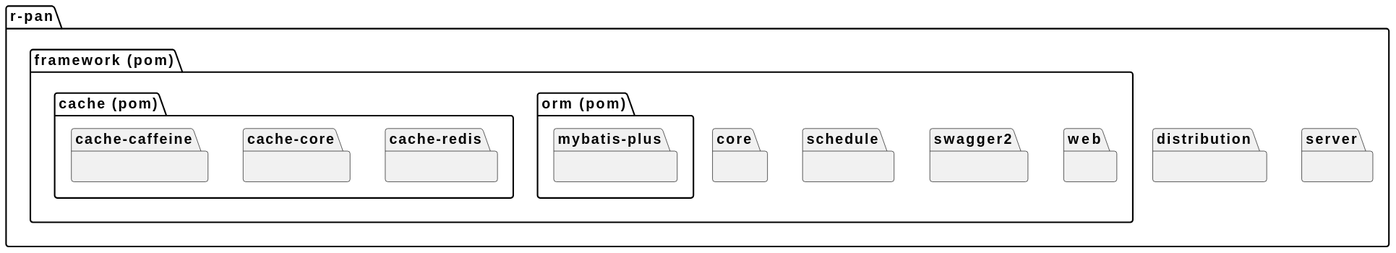
Earlier version of the PlantUML export project-tree.svg (draveller/r-pan).
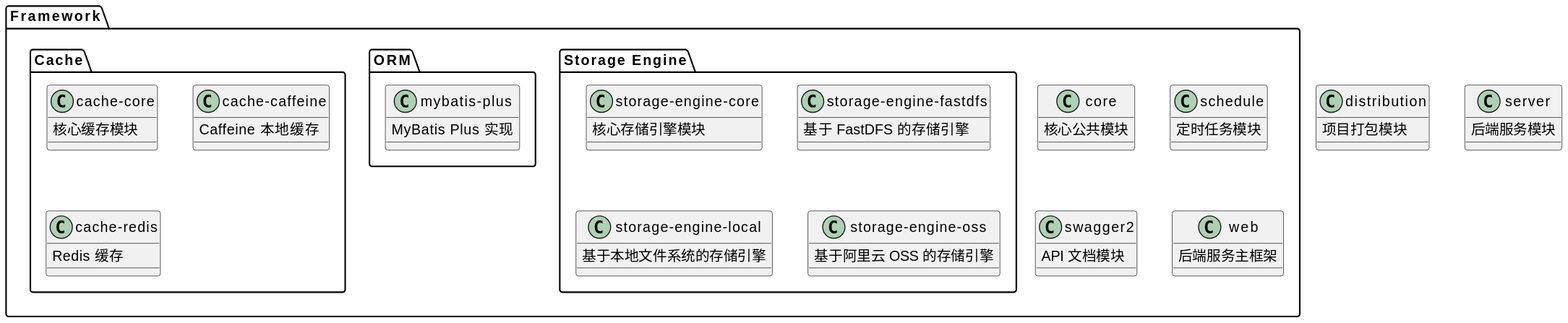
After the change.

Change to the diagram source:
```diff
@@ -1,30 +1,60 @@
 @startuml
-package "r-pan" {
-    package "distribution" {
-    }
-    package "framework (pom)" {
-        package "cache (pom)" {
-            package "cache-caffeine" {
-            }
-            package "cache-core" {
-            }
-            package "cache-redis" {
-            }
+package "Framework" {
+    package "Cache" {
+        class "cache-core" {
+            核心缓存模块
         }
-        package "core" {
+        class "cache-caffeine" {
+            Caffeine 本地缓存
         }
-        package "orm (pom)" {
-            package "mybatis-plus" {
-            }
-        }
-        package "schedule" {
-        }
-        package "swagger2" {
-        }
-        package "web" {
+        class "cache-redis" {
+            Redis 缓存
         }
     }
-    package "server" {
+
+    class "core" {
+        核心公共模块
+    }
+
+    package "ORM" {
+        class "mybatis-plus" {
+            MyBatis Plus 实现
+        }
+    }
+
+    class "schedule" {
+        定时任务模块
+    }
+
+    package "Storage Engine" {
+        class "storage-engine-core" {
+            核心存储引擎模块
+        }
+        class "storage-engine-fastdfs" {
+            基于 FastDFS 的存储引擎
+        }
+        class "storage-engine-local" {
+            基于本地文件系统的存储引擎
+        }
+        class "storage-engine-oss" {
+            基于阿里云 OSS 的存储引擎
+        }
+    }
+
+    class "swagger2" {
+        API 文档模块
+    }
+
+    class "web" {
+        后端服务主框架
     }
 }
+
+class "distribution" {
+    项目打包模块
+}
+
+class "server" {
+    后端服务模块
+}
 @enduml
```
